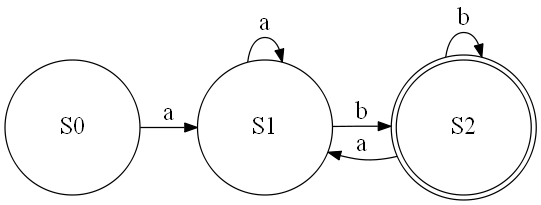
The Graphviz diagram afd_Expresion1.png in montherbasir/Practica1_OLC1, before a commit. Its source is kept beside it as afd_Expresion1.dot.
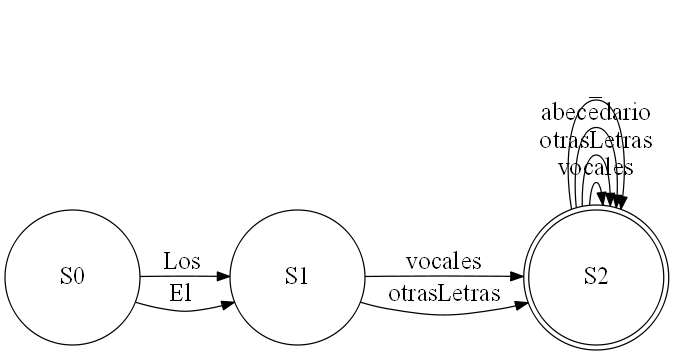
After the commit.

Diff of the diagram source:
```diff
@@ -9,4 +9,4 @@
 "S0" [label="S0"];
 "S1" [label="S1"];
 "S2" [label="S2", peripheries=2];
-"S0" -> "S1"[label="a"];"S1" -> "S1"[label="a"];"S1" -> "S2"[label="b"];"S2" -> "S1"[label="a"];"S2" -> "S2"[label="b"];}
+"S0" -> "S1"[label="Los "];"S0" -> "S1"[label="El "];"S1" -> "S2"[label="vocales"];"S1" -> "S2"[label="otrasLetras"];"S2" -> "S2"[label="vocales"];"S2" -> "S2"[label="otrasLetras"];"S2" -> "S2"[label="abecedario"];"S2" -> "S2"[label="_"];}
```
